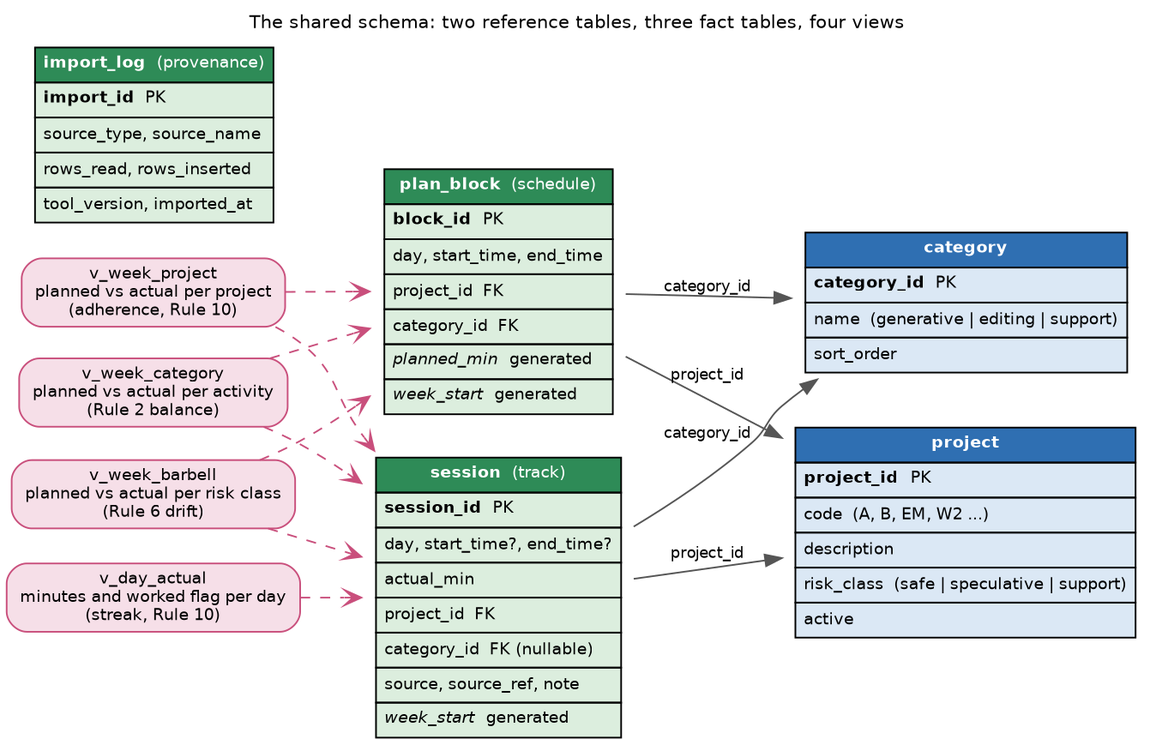
MooersLab/writing-habit-el keeps this Graphviz diagram as assets/images/schema-er.png. Above is the earlier version. Its source is kept beside it as assets/diagrams/schema-er.dot. Source of this version:
```dot
digraph schema {
  rankdir=LR;
  bgcolor="white";
  fontname="Helvetica";
  fontsize=11;
  labelloc="t";
  label="The shared schema: two reference tables, three fact tables, four views";
  node [fontname="Helvetica", fontsize=10, shape=plaintext];
  edge [fontname="Helvetica", fontsize=9, color="#555555"];

  category [label=<
    <table border="0" cellborder="1" cellspacing="0" cellpadding="4" bgcolor="#dbe8f5">
      <tr><td bgcolor="#2f6fb2"><font color="white"><b>category</b></font></td></tr>
      <tr><td align="left"><b>category_id</b>  PK</td></tr>
      <tr><td align="left">name  (generative | editing | support)</td></tr>
      <tr><td align="left">sort_order</td></tr>
    </table>>];

  project [label=<
    <table border="0" cellborder="1" cellspacing="0" cellpadding="4" bgcolor="#dbe8f5">
      <tr><td bgcolor="#2f6fb2"><font color="white"><b>project</b></font></td></tr>
      <tr><td align="left"><b>project_id</b>  PK</td></tr>
      <tr><td align="left">code  (A, B, EM, W2 ...)</td></tr>
      <tr><td align="left">description</td></tr>
      <tr><td align="left">risk_class  (safe | speculative | support)</td></tr>
      <tr><td align="left">active</td></tr>
    </table>>];

  plan_block [label=<
    <table border="0" cellborder="1" cellspacing="0" cellpadding="4" bgcolor="#dceede">
      <tr><td bgcolor="#2e8b57"><font color="white"><b>plan_block</b>  (schedule)</font></td></tr>
      <tr><td align="left"><b>block_id</b>  PK</td></tr>
      <tr><td align="left">day, start_time, end_time</td></tr>
      <tr><td align="left">project_id  FK</td></tr>
      <tr><td align="left">category_id  FK</td></tr>
      <tr><td align="left"><i>planned_min</i>  generated</td></tr>
      <tr><td align="left"><i>week_start</i>  generated</td></tr>
    </table>>];

  session [label=<
    <table border="0" cellborder="1" cellspacing="0" cellpadding="4" bgcolor="#dceede">
      <tr><td bgcolor="#2e8b57"><font color="white"><b>session</b>  (track)</font></td></tr>
      <tr><td align="left"><b>session_id</b>  PK</td></tr>
      <tr><td align="left">day, start_time?, end_time?</td></tr>
      <tr><td align="left">actual_min</td></tr>
      <tr><td align="left">project_id  FK</td></tr>
      <tr><td align="left">category_id  FK (nullable)</td></tr>
      <tr><td align="left">source, source_ref, note</td></tr>
      <tr><td align="left"><i>week_start</i>  generated</td></tr>
    </table>>];

  import_log [label=<
    <table border="0" cellborder="1" cellspacing="0" cellpadding="4" bgcolor="#dceede">
      <tr><td bgcolor="#2e8b57"><font color="white"><b>import_log</b>  (provenance)</font></td></tr>
      <tr><td align="left"><b>import_id</b>  PK</td></tr>
      <tr><td align="left">source_type, source_name</td></tr>
      <tr><td align="left">rows_read, rows_inserted</td></tr>
      <tr><td align="left">tool_version, imported_at</td></tr>
    </table>>];

  node [shape=box, style="rounded,filled", fillcolor="#f6dfe8", color="#c94f7c", fontsize=10];
  v_project  [label="v_week_project\nplanned vs actual per project\n(adherence, Rule 10)"];
  v_category [label="v_week_category\nplanned vs actual per activity\n(Rule 2 balance)"];
  v_barbell  [label="v_week_barbell\nplanned vs actual per risk class\n(Rule 6 drift)"];
  v_day      [label="v_day_actual\nminutes and worked flag per day\n(streak, Rule 10)"];

  plan_block -> project  [label="project_id"];
  plan_block -> category [label="category_id"];
  session    -> project  [label="project_id"];
  session    -> category [label="category_id"];

  edge [style=dashed, color="#c94f7c", arrowhead=open];
  v_project  -> plan_block;
  v_project  -> session;
  v_category -> plan_block;
  v_category -> session;
  v_barbell  -> plan_block;
  v_barbell  -> session;
  v_day      -> session;

  { rank=same; category; project; }
  { rank=same; v_project; v_category; v_barbell; v_day; }
}
```
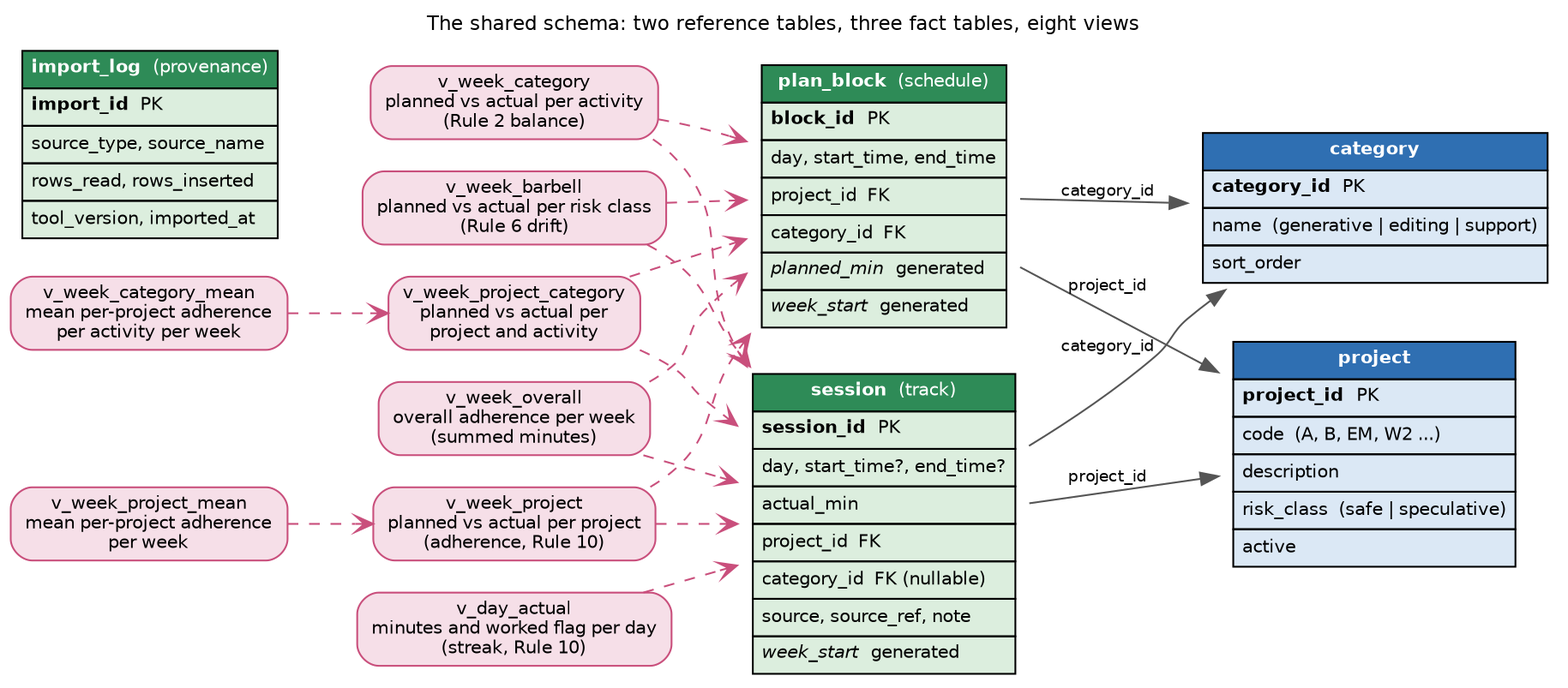
Later version of the same file.

The edit, as a diff of the source:
```diff
@@ -4,7 +4,7 @@
   fontname="Helvetica";
   fontsize=11;
   labelloc="t";
-  label="The shared schema: two reference tables, three fact tables, four views";
+  label="The shared schema: two reference tables, three fact tables, eight views";
   node [fontname="Helvetica", fontsize=10, shape=plaintext];
   edge [fontname="Helvetica", fontsize=9, color="#555555"];
 
@@ -22,7 +22,7 @@
       <tr><td align="left"><b>project_id</b>  PK</td></tr>
       <tr><td align="left">code  (A, B, EM, W2 ...)</td></tr>
       <tr><td align="left">description</td></tr>
-      <tr><td align="left">risk_class  (safe | speculative | support)</td></tr>
+      <tr><td align="left">risk_class  (safe | speculative)</td></tr>
       <tr><td align="left">active</td></tr>
     </table>>];
 
@@ -64,6 +64,11 @@
   v_barbell  [label="v_week_barbell\nplanned vs actual per risk class\n(Rule 6 drift)"];
   v_day      [label="v_day_actual\nminutes and worked flag per day\n(streak, Rule 10)"];
 
+  v_overall  [label="v_week_overall\noverall adherence per week\n(summed minutes)"];
+  v_pcat     [label="v_week_project_category\nplanned vs actual per\nproject and activity"];
+  v_pmean    [label="v_week_project_mean\nmean per-project adherence\nper week"];
+  v_cmean    [label="v_week_category_mean\nmean per-project adherence\nper activity per week"];
+
   plan_block -> project  [label="project_id"];
   plan_block -> category [label="category_id"];
   session    -> project  [label="project_id"];
@@ -77,7 +82,13 @@
   v_barbell  -> plan_block;
   v_barbell  -> session;
   v_day      -> session;
+  v_overall  -> plan_block;
+  v_overall  -> session;
+  v_pcat     -> plan_block;
+  v_pcat     -> session;
+  v_pmean    -> v_project;
+  v_cmean    -> v_pcat;
 
   { rank=same; category; project; }
-  { rank=same; v_project; v_category; v_barbell; v_day; }
+  { rank=same; v_project; v_category; v_barbell; v_day; v_overall; v_pcat; }
 }
```
